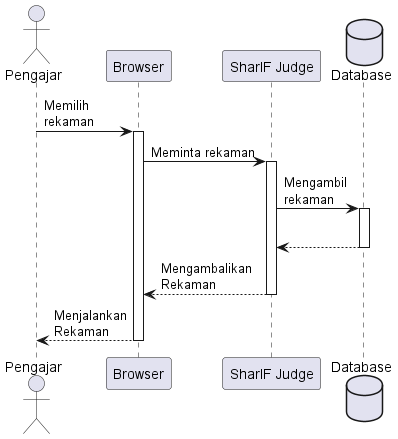
Before: doc/DokumenSkripsi/Gambar/analisis/seqdia_seerecording.png, a diagram exported from PlantUML (AndreasRonaldi/Skripsi).
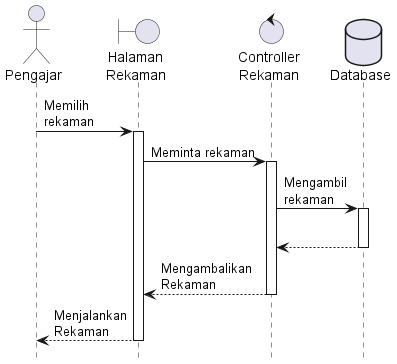
The same diagram one commit later.

The edit, as a diff of the source:
```diff
@@ -1,7 +1,10 @@
 @startuml seqdia_seerecording
+
+hide footbox
+
 actor       Pengajar       as user
-participant Browser as bw
-participant "SharIF Judge" as shj
+boundary "Halaman\nRekaman" as bw
+control "Controller\nRekaman" as shj
 database Database as db
 
 user -> bw : Memilih\nrekaman
```
